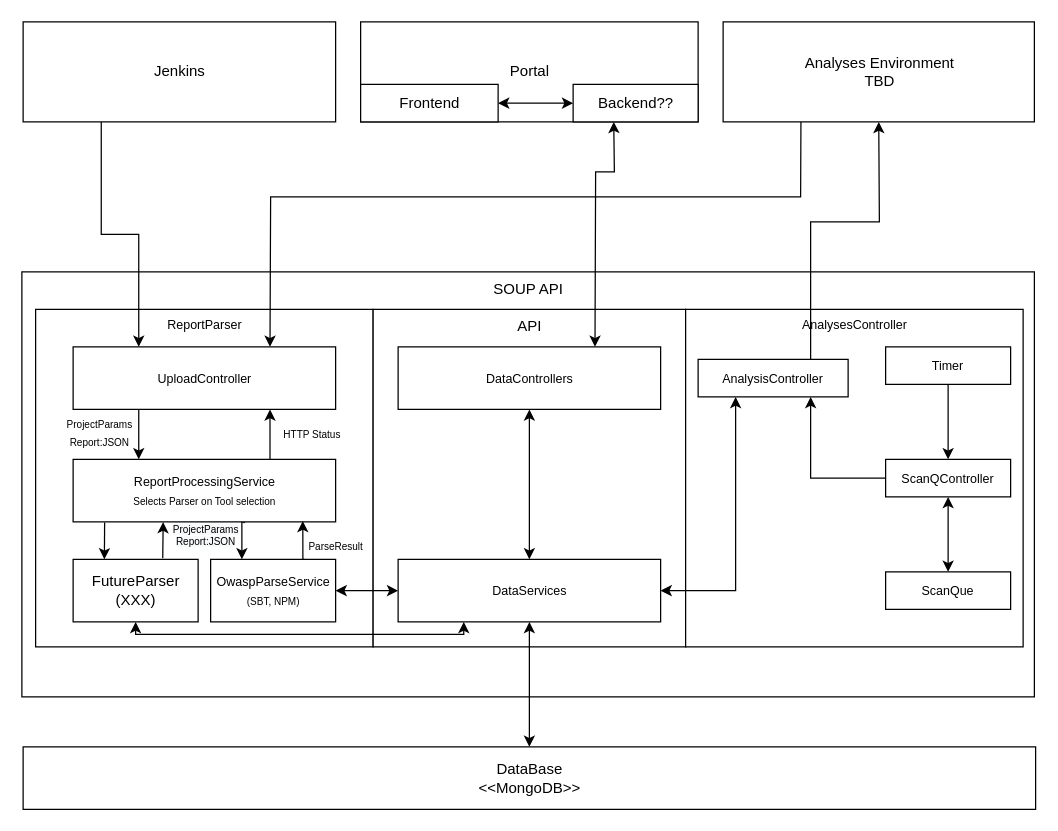
Earlier version of the draw.io diagram page "SOUPAPI MODULES" (2 of 12) of gfx/SOUPAPI.drawio (codefink2020/AfstudeerVerslagFINAL). Source tidied: cells renumbered, new cells numbered last; positions are measured from the earlier drawing's top-left corner, leaving out a move shared by most shapes. Both pictures are drawn from the tidied source at 125%, with x=0, y=0 at pixel (21, 21).
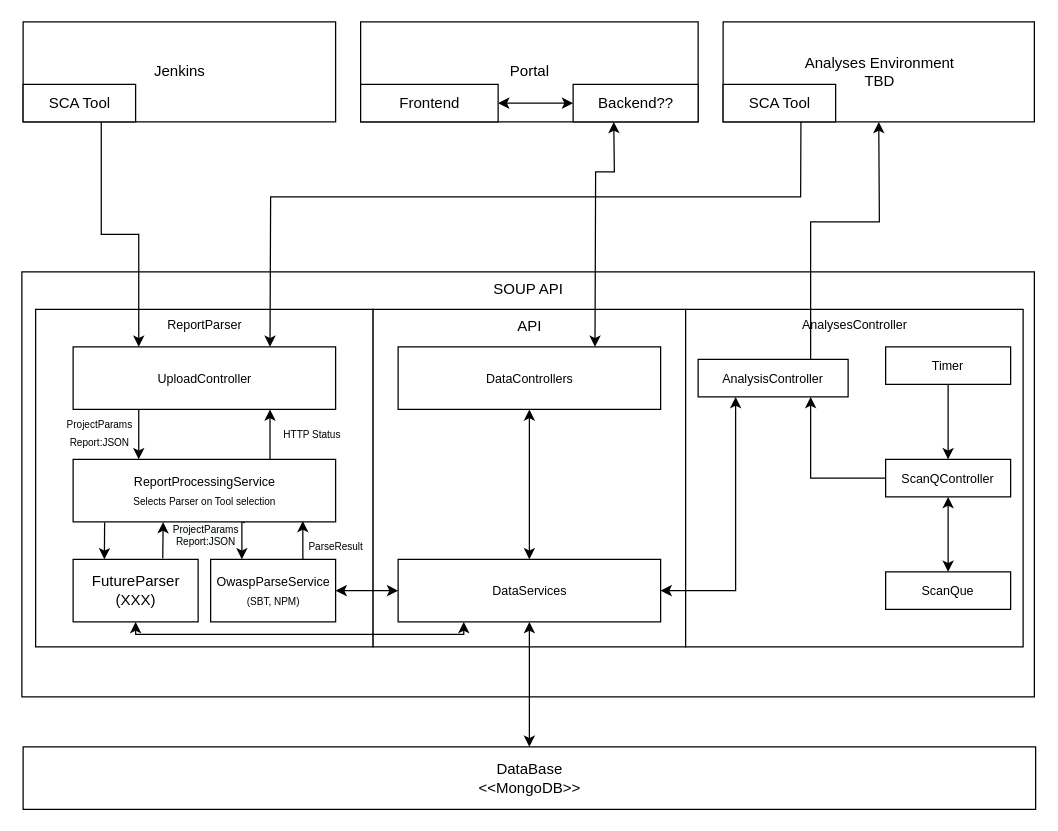
The same diagram, later.

Change to the diagram source:
```diff
@@
+    <mxCell id="44" value="SCA Tool" style="html=1;fontSize=12;" parent="1" vertex="1">
+      <mxGeometry x="1" y="50" width="90" height="30" as="geometry" />
+    </mxCell>
+    <mxCell id="45" value="SCA Tool" style="html=1;fontSize=12;" parent="1" vertex="1">
+      <mxGeometry x="561" y="50" width="90" height="30" as="geometry" />
+    </mxCell>
```
